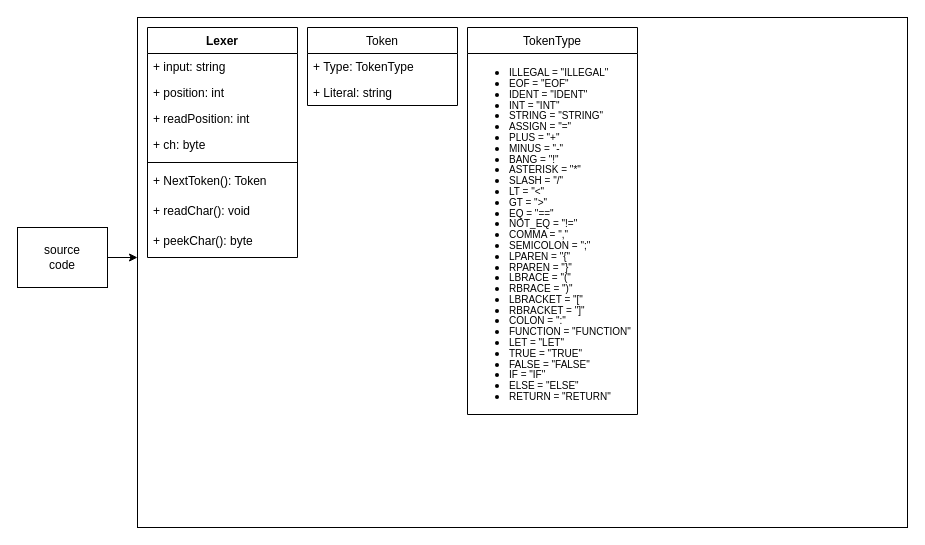
This is Untitled Diagram.drawio from enliberte/compiler, a draw.io file, before an edit. Source tidied: cells renumbered, new cells numbered last; positions are measured from the earlier drawing's top-left corner, leaving out a move shared by most shapes. Both pictures are drawn from the tidied source at 100%, with x=0, y=0 at pixel (17, 17).
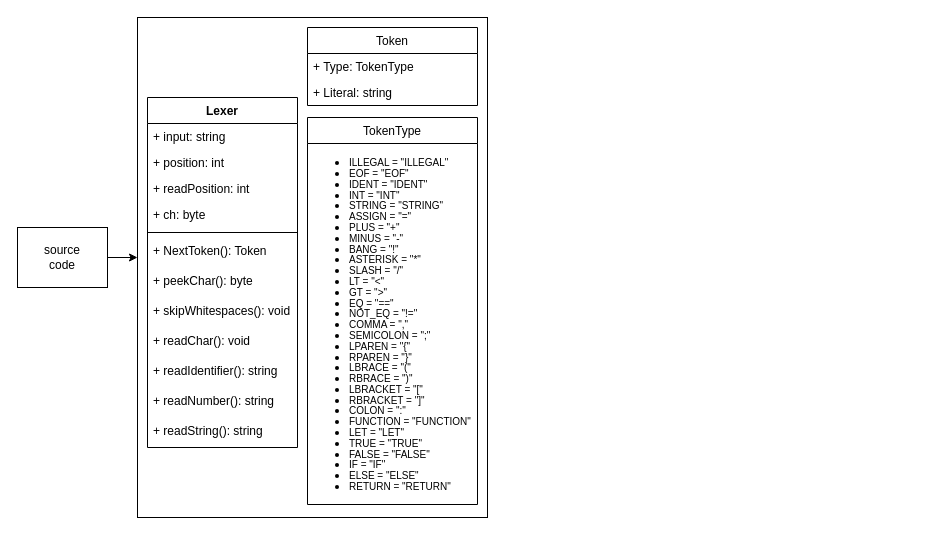
The same page after the edit.

Change to the diagram source:
```diff
@@
     <mxCell id="5" style="rounded=0;whiteSpace=wrap;html=1;" parent="1" vertex="1">
-      <mxGeometry x="120" width="770" height="510" as="geometry" />
+      <mxGeometry x="120" width="350" height="500" as="geometry" />
     </mxCell>
     <mxCell id="6" value="Lexer" style="swimlane;fontStyle=1;align=center;verticalAlign=top;horizontal=1;startSize=26;" parent="1" vertex="1">
-      <mxGeometry x="130" y="10" width="150" height="230" as="geometry" />
+      <mxGeometry x="130" y="80" width="150" height="350" as="geometry" />
     </mxCell>
@@
+    <mxCell id="14" value="+ peekChar(): byte" style="text;strokeColor=none;fillColor=none;align=left;verticalAlign=top;spacingLeft=4;spacingRight=4;overflow=hidden;" parent="6" vertex="1">
+      <mxGeometry y="170" width="150" height="30" as="geometry" />
+    </mxCell>
+    <mxCell id="20" value="+ skipWhitespaces(): void" style="text;strokeColor=none;fillColor=none;align=left;verticalAlign=top;spacingLeft=4;spacingRight=4;overflow=hidden;" parent="6" vertex="1">
+      <mxGeometry y="200" width="150" height="30" as="geometry" />
+    </mxCell>
     <mxCell id="13" value="+ readChar(): void" style="text;strokeColor=none;fillColor=none;align=left;verticalAlign=top;spacingLeft=4;spacingRight=4;overflow=hidden;" parent="6" vertex="1">
-      <mxGeometry y="170" width="150" height="30" as="geometry" />
+      <mxGeometry y="230" width="150" height="30" as="geometry" />
     </mxCell>
-    <mxCell id="14" value="+ peekChar(): byte" style="text;strokeColor=none;fillColor=none;align=left;verticalAlign=top;spacingLeft=4;spacingRight=4;overflow=hidden;" parent="6" vertex="1">
-      <mxGeometry y="200" width="150" height="30" as="geometry" />
-    </mxCell>
+    <mxCell id="21" value="+ readIdentifier(): string" style="text;strokeColor=none;fillColor=none;align=left;verticalAlign=top;spacingLeft=4;spacingRight=4;overflow=hidden;" parent="6" vertex="1">
+      <mxGeometry y="260" width="150" height="30" as="geometry" />
+    </mxCell>
+    <mxCell id="22" value="+ readNumber(): string" style="text;strokeColor=none;fillColor=none;align=left;verticalAlign=top;spacingLeft=4;spacingRight=4;overflow=hidden;" parent="6" vertex="1">
+      <mxGeometry y="290" width="150" height="30" as="geometry" />
+    </mxCell>
+    <mxCell id="23" value="+ readString(): string" style="text;strokeColor=none;fillColor=none;align=left;verticalAlign=top;spacingLeft=4;spacingRight=4;overflow=hidden;" parent="6" vertex="1">
+      <mxGeometry y="320" width="150" height="30" as="geometry" />
+    </mxCell>
     <mxCell id="15" value="Token" style="swimlane;fontStyle=0;horizontal=1;startSize=26;fillColor=none;" parent="1" vertex="1">
-      <mxGeometry x="290" y="10" width="150" height="78" as="geometry" />
+      <mxGeometry x="290" y="10" width="170" height="78" as="geometry" />
     </mxCell>
     <mxCell id="16" value="+ Type: TokenType" style="text;strokeColor=none;fillColor=none;align=left;verticalAlign=top;spacingLeft=4;spacingRight=4;overflow=hidden;" parent="15" vertex="1">
-      <mxGeometry y="26" width="150" height="26" as="geometry" />
+      <mxGeometry y="26" width="170" height="26" as="geometry" />
     </mxCell>
     <mxCell id="17" value="+ Literal: string" style="text;strokeColor=none;fillColor=none;align=left;verticalAlign=top;spacingLeft=4;spacingRight=4;overflow=hidden;" parent="15" vertex="1">
-      <mxGeometry y="52" width="150" height="26" as="geometry" />
+      <mxGeometry y="52" width="170" height="26" as="geometry" />
     </mxCell>
     <mxCell id="18" value="TokenType" style="swimlane;fontStyle=0;horizontal=1;startSize=26;fillColor=none;" parent="1" vertex="1">
-      <mxGeometry x="450" y="10" width="170" height="387" as="geometry" />
+      <mxGeometry x="290" y="100" width="170" height="387" as="geometry" />
     </mxCell>
```
